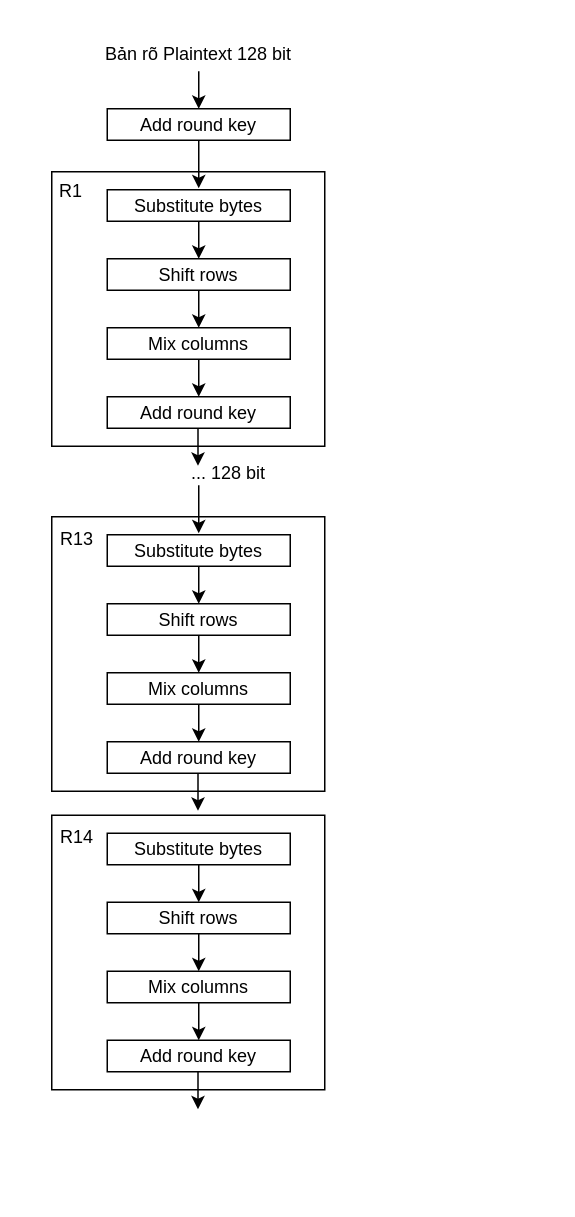
The draw.io diagram Untitled Diagram.drawio in nghiafl1/spring-boot-learning, before the edit. Source tidied: cells renumbered, new cells numbered last; positions are measured from the earlier drawing's top-left corner, leaving out a move shared by most shapes. Both pictures are drawn from the tidied source at 150%, with x=0, y=0 at pixel (26, 32).
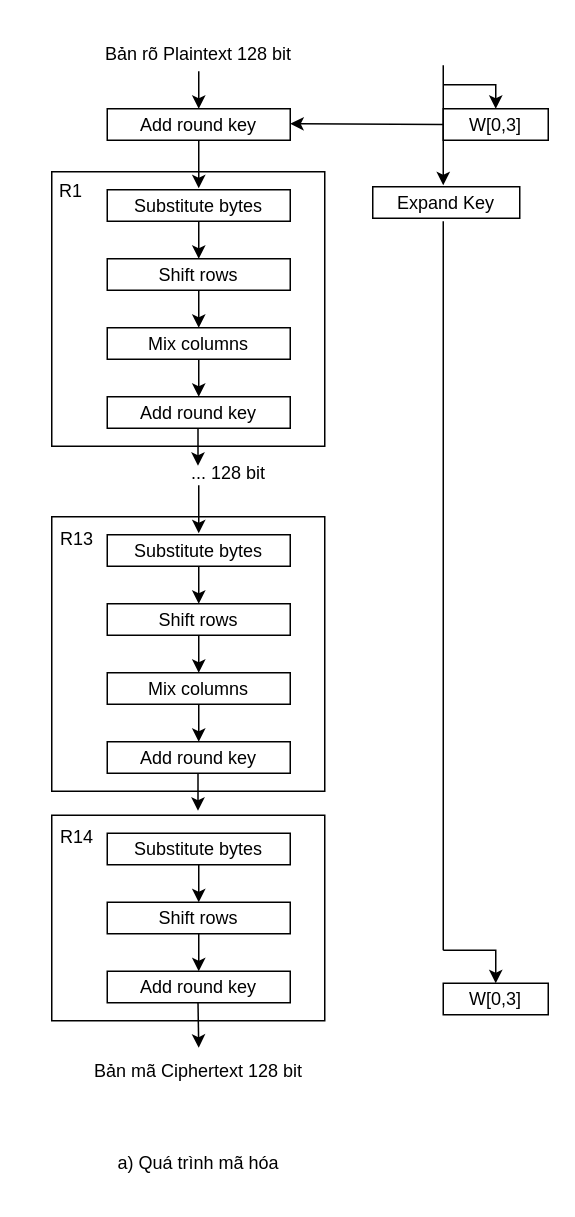
Above is the later version.

Diff of the diagram source:
```diff
@@
     <mxCell id="28" style="rounded=0;whiteSpace=wrap;html=1;" parent="1" vertex="1">
-      <mxGeometry x="17" y="522" width="182" height="183" as="geometry" />
+      <mxGeometry x="17" y="522" width="182" height="137" as="geometry" />
     </mxCell>
@@
-    <mxCell id="32" style="endArrow=classic;html=1;rounded=0;" parent="1" edge="1" target="33">
+    <mxCell id="32" style="endArrow=classic;html=1;rounded=0;" parent="1" edge="1">
       <mxGeometry relative="1" as="geometry">
         <mxPoint x="115" y="601" as="sourcePoint" />
+        <mxPoint x="115" y="626" as="targetPoint" />
       </mxGeometry>
     </mxCell>
-    <mxCell id="33" value="Mix columns" style="rounded=0;whiteSpace=wrap;html=1;" parent="1" vertex="1">
-      <mxGeometry x="54" y="626" width="122" height="21" as="geometry" />
-    </mxCell>
-    <mxCell id="34" style="endArrow=classic;html=1;rounded=0;" parent="1" edge="1" target="35">
-      <mxGeometry relative="1" as="geometry">
-        <mxPoint x="115" y="647" as="sourcePoint" />
-      </mxGeometry>
-    </mxCell>
     <mxCell id="35" value="Add round key" style="rounded=0;whiteSpace=wrap;html=1;" parent="1" vertex="1">
-      <mxGeometry x="54" y="672" width="122" height="21" as="geometry" />
+      <mxGeometry x="54" y="626" width="122" height="21" as="geometry" />
     </mxCell>
     <mxCell id="36" style="endArrow=classic;html=1;rounded=0;" parent="1" edge="1">
       <mxGeometry relative="1" as="geometry">
-        <mxPoint x="114.5" y="693" as="sourcePoint" />
-        <mxPoint x="114.5" y="718" as="targetPoint" />
+        <mxPoint x="114.5" y="647" as="sourcePoint" />
+        <mxPoint x="115" y="677" as="targetPoint" />
       </mxGeometry>
     </mxCell>
@@
+    <mxCell id="38" value="&lt;p dir=&quot;auto&quot; style=&quot;white-space-collapse: preserve;&quot;&gt;Bản mã Ciphertext 128 bit&lt;/p&gt;" style="text;html=1;whiteSpace=wrap;strokeColor=none;fillColor=none;align=center;verticalAlign=middle;rounded=0;" parent="1" vertex="1">
+      <mxGeometry x="35" y="678" width="160" height="30" as="geometry" />
+    </mxCell>
+    <mxCell id="39" value="&lt;p dir=&quot;auto&quot; style=&quot;white-space-collapse: preserve;&quot;&gt;a) Quá trình mã hóa&lt;/p&gt;" style="text;html=1;whiteSpace=wrap;strokeColor=none;fillColor=none;align=center;verticalAlign=middle;rounded=0;" parent="1" vertex="1">
+      <mxGeometry x="35" y="739" width="160" height="30" as="geometry" />
+    </mxCell>
+    <mxCell id="40" style="endArrow=classic;html=1;rounded=0;exitX=0;exitY=0.5;exitDx=0;exitDy=0;" parent="1" edge="1" source="41">
+      <mxGeometry relative="1" as="geometry">
+        <mxPoint x="176" y="61" as="targetPoint" />
+      </mxGeometry>
+    </mxCell>
+    <mxCell id="41" value="W[0,3]" style="rounded=0;whiteSpace=wrap;html=1;" parent="1" vertex="1">
+      <mxGeometry x="278" y="51" width="70" height="21" as="geometry" />
+    </mxCell>
+    <mxCell id="42" style="endArrow=classic;html=1;rounded=0;exitX=0.5;exitY=1;exitDx=0;exitDy=0;" parent="1" edge="1">
+      <mxGeometry relative="1" as="geometry">
+        <mxPoint x="278" y="22" as="sourcePoint" />
+        <mxPoint x="278" y="102" as="targetPoint" />
+      </mxGeometry>
+    </mxCell>
+    <mxCell id="43" style="endArrow=classic;html=1;rounded=0;entryX=0.5;entryY=0;entryDx=0;entryDy=0;" parent="1" edge="1" target="41">
+      <mxGeometry relative="1" as="geometry">
+        <mxPoint x="278" y="35" as="sourcePoint" />
+        <Array as="points">
+          <mxPoint x="313" y="35" />
+        </Array>
+      </mxGeometry>
+    </mxCell>
+    <mxCell id="44" value="Expand Key" style="rounded=0;whiteSpace=wrap;html=1;" parent="1" vertex="1">
+      <mxGeometry x="231" y="103" width="98" height="21" as="geometry" />
+    </mxCell>
+    <mxCell id="45" style="endArrow=none;html=1;rounded=0;" parent="1" edge="1">
+      <mxGeometry relative="1" as="geometry">
+        <mxPoint x="278" y="612" as="sourcePoint" />
+        <mxPoint x="278" y="126" as="targetPoint" />
+      </mxGeometry>
+    </mxCell>
+    <mxCell id="46" style="endArrow=classic;html=1;rounded=0;entryX=0.5;entryY=0;entryDx=0;entryDy=0;" parent="1" edge="1" target="47">
+      <mxGeometry relative="1" as="geometry">
+        <mxPoint x="278" y="612" as="sourcePoint" />
+        <Array as="points">
+          <mxPoint x="313" y="612" />
+        </Array>
+      </mxGeometry>
+    </mxCell>
+    <mxCell id="47" value="W[0,3]" style="rounded=0;whiteSpace=wrap;html=1;" parent="1" vertex="1">
+      <mxGeometry x="278" y="634" width="70" height="21" as="geometry" />
+    </mxCell>
```
